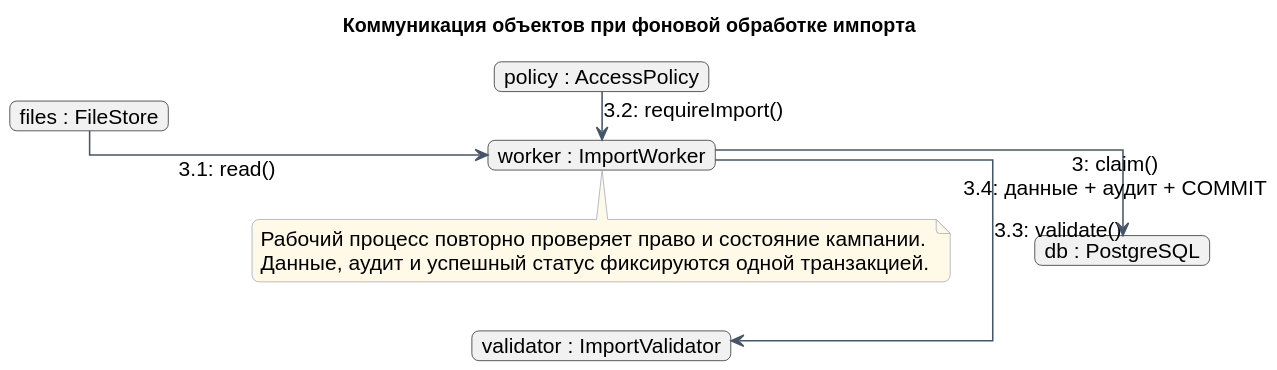
The PlantUML diagram reports/coursework_umls/Курсовая_SMM_Analyzer/03_Диаграммы/COM_01b_Фоновый_импорт.svg in whoisbubble/typest_report, before a commit. Its diagram source:
```plantuml
@startuml
!include common.puml
left to right direction
title Коммуникация объектов при фоновой обработке импорта

object "files : FileStore" as Files
object "policy : AccessPolicy" as Policy
object "worker : ImportWorker" as Worker
object "validator : ImportValidator" as Validator
object "db : PostgreSQL" as DB

Files -right-> Worker : 3.1: read()
Policy -right-> Worker : 3.2: requireImport()
Worker -right-> Validator : 3.3: validate()
Worker -down-> DB : 3: claim()\n3.4: данные + аудит + COMMIT

Files -[hidden]down-> Policy
Validator -[hidden]down-> DB

note bottom of Worker
Рабочий процесс повторно проверяет право и состояние кампании.
Данные, аудит и успешный статус фиксируются одной транзакцией.
end note
@enduml
```
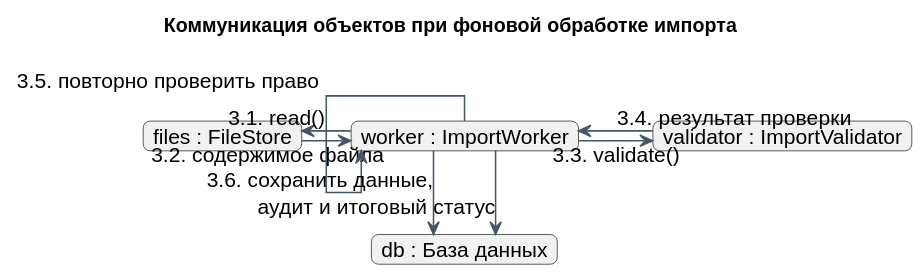
After the change.

Diff of the diagram source:
```diff
@@ -1,24 +1,18 @@
 @startuml
 !include common.puml
-left to right direction
+top to bottom direction
 title Коммуникация объектов при фоновой обработке импорта
 
+object "worker : ImportWorker" as Worker
 object "files : FileStore" as Files
-object "policy : AccessPolicy" as Policy
-object "worker : ImportWorker" as Worker
 object "validator : ImportValidator" as Validator
-object "db : PostgreSQL" as DB
+object "db : База данных" as DB
 
-Files -right-> Worker : 3.1: read()
-Policy -right-> Worker : 3.2: requireImport()
-Worker -right-> Validator : 3.3: validate()
-Worker -down-> DB : 3: claim()\n3.4: данные + аудит + COMMIT
-
-Files -[hidden]down-> Policy
-Validator -[hidden]down-> DB
-
-note bottom of Worker
-Рабочий процесс повторно проверяет право и состояние кампании.
-Данные, аудит и успешный статус фиксируются одной транзакцией.
-end note
+Worker -left-> Files : 3.1. read()
+Files -right-> Worker : 3.2. содержимое файла
+Worker -right-> Validator : 3.3. validate()
+Validator -left-> Worker : 3.4. результат проверки
+Worker -down-> Worker : 3.5. повторно проверить право
+Worker -down-> DB : 3.6. сохранить данные,
+Worker -down-> DB : аудит и итоговый статус
 @enduml
```
